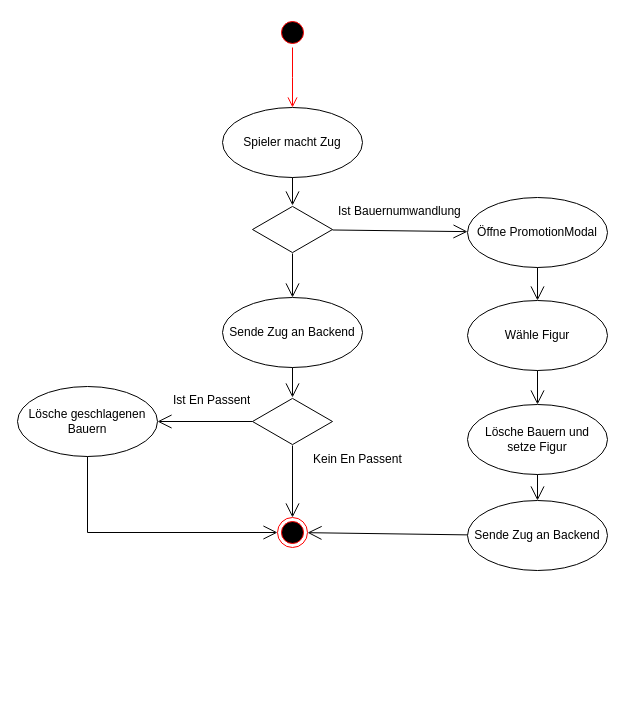
This is Bachelorarbeit/images/Interaktion Schach Zug.drawio from jasperfue/Gambit, a draw.io file, before an edit. Source tidied: cells renumbered, new cells numbered last; positions are measured from the earlier drawing's top-left corner, leaving out a move shared by most shapes. Both pictures are drawn from the tidied source at 100%, with x=0, y=0 at pixel (17, 17).
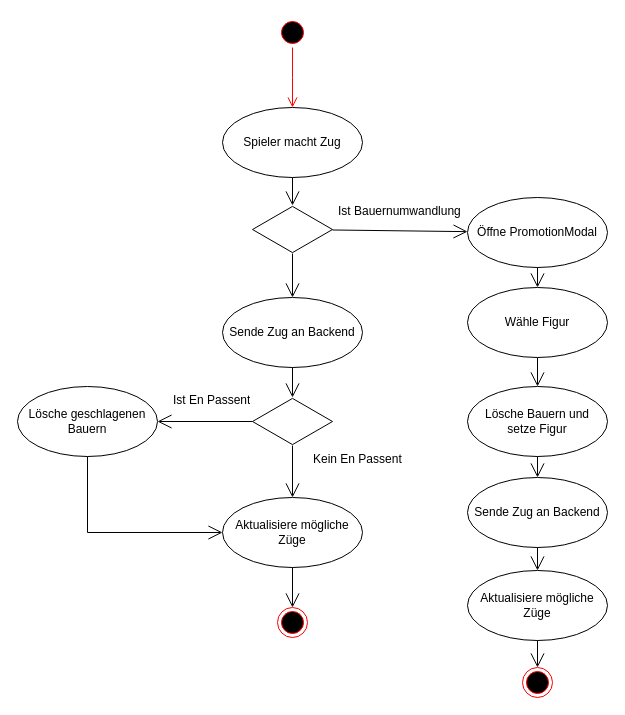
The same page after the edit.

Unchanged cells that the change refers to:
```xml
<mxCell id="12" style="html=1;whiteSpace=wrap;shape=isoRectangle;" parent="1" vertex="1">
  <mxGeometry x="235" y="380" width="80" height="48" as="geometry" />
</mxCell>
<mxCell id="16" value="Lösche geschlagenen Bauern" style="ellipse;whiteSpace=wrap;html=1;" parent="1" vertex="1">
  <mxGeometry y="369" width="140" height="70" as="geometry" />
</mxCell>
```

The edit, as a diff of the source:
```diff
@@
-    <mxCell id="17" style="endArrow=open;endFill=1;endSize=12;html=1;rounded=0;" parent="1" edge="1" source="12" target="19">
+    <mxCell id="17" style="endArrow=open;endFill=1;endSize=12;html=1;rounded=0;" parent="1" edge="1" source="12" target="28">
       <mxGeometry relative="1" as="geometry" />
     </mxCell>
@@
     <mxCell id="19" style="ellipse;html=1;shape=endState;fillColor=#000000;strokeColor=#ff0000;" parent="1" vertex="1">
-      <mxGeometry x="260" y="500" width="30" height="30" as="geometry" />
+      <mxGeometry x="505" y="650" width="30" height="30" as="geometry" />
     </mxCell>
-    <mxCell id="20" style="endArrow=open;endFill=1;endSize=12;html=1;rounded=0;" parent="1" edge="1" source="16" target="19">
+    <mxCell id="20" style="endArrow=open;endFill=1;endSize=12;html=1;rounded=0;" parent="1" edge="1" source="16" target="28">
       <mxGeometry relative="1" as="geometry">
         <Array as="points">
           <mxPoint x="70" y="515" />
         </Array>
       </mxGeometry>
     </mxCell>
@@
     <mxCell id="22" value="Wähle Figur" style="ellipse;whiteSpace=wrap;html=1;" parent="1" vertex="1">
-      <mxGeometry x="450" y="283" width="140" height="70" as="geometry" />
+      <mxGeometry x="450" y="270" width="140" height="70" as="geometry" />
     </mxCell>
@@
     <mxCell id="24" value="Lösche Bauern und&lt;br&gt;setze Figur" style="ellipse;whiteSpace=wrap;html=1;" parent="1" vertex="1">
-      <mxGeometry x="450" y="387" width="140" height="70" as="geometry" />
+      <mxGeometry x="450" y="369" width="140" height="70" as="geometry" />
     </mxCell>
@@
     <mxCell id="26" value="Sende Zug an Backend" style="ellipse;whiteSpace=wrap;html=1;" parent="1" vertex="1">
-      <mxGeometry x="450" y="483" width="140" height="70" as="geometry" />
+      <mxGeometry x="450" y="460" width="140" height="70" as="geometry" />
     </mxCell>
-    <mxCell id="27" style="endArrow=open;endFill=1;endSize=12;html=1;rounded=0;" parent="1" edge="1" source="26" target="19">
+    <mxCell id="27" style="endArrow=open;endFill=1;endSize=12;html=1;rounded=0;" parent="1" edge="1" source="26" target="29">
       <mxGeometry relative="1" as="geometry" />
     </mxCell>
+    <mxCell id="28" value="Aktualisiere mögliche Züge" style="ellipse;whiteSpace=wrap;html=1;" parent="1" vertex="1">
+      <mxGeometry x="205" y="480" width="140" height="70" as="geometry" />
+    </mxCell>
+    <mxCell id="29" value="Aktualisiere mögliche Züge" style="ellipse;whiteSpace=wrap;html=1;" parent="1" vertex="1">
+      <mxGeometry x="450" y="553" width="140" height="70" as="geometry" />
+    </mxCell>
+    <mxCell id="30" style="ellipse;html=1;shape=endState;fillColor=#000000;strokeColor=#ff0000;" parent="1" vertex="1">
+      <mxGeometry x="260" y="590" width="30" height="30" as="geometry" />
+    </mxCell>
+    <mxCell id="31" style="endArrow=open;endFill=1;endSize=12;html=1;rounded=0;" parent="1" edge="1" source="29" target="19">
+      <mxGeometry relative="1" as="geometry" />
+    </mxCell>
+    <mxCell id="32" style="endArrow=open;endFill=1;endSize=12;html=1;rounded=0;exitX=0.5;exitY=1;exitDx=0;exitDy=0;" parent="1" edge="1" source="28" target="30">
+      <mxGeometry relative="1" as="geometry" />
+    </mxCell>
```
